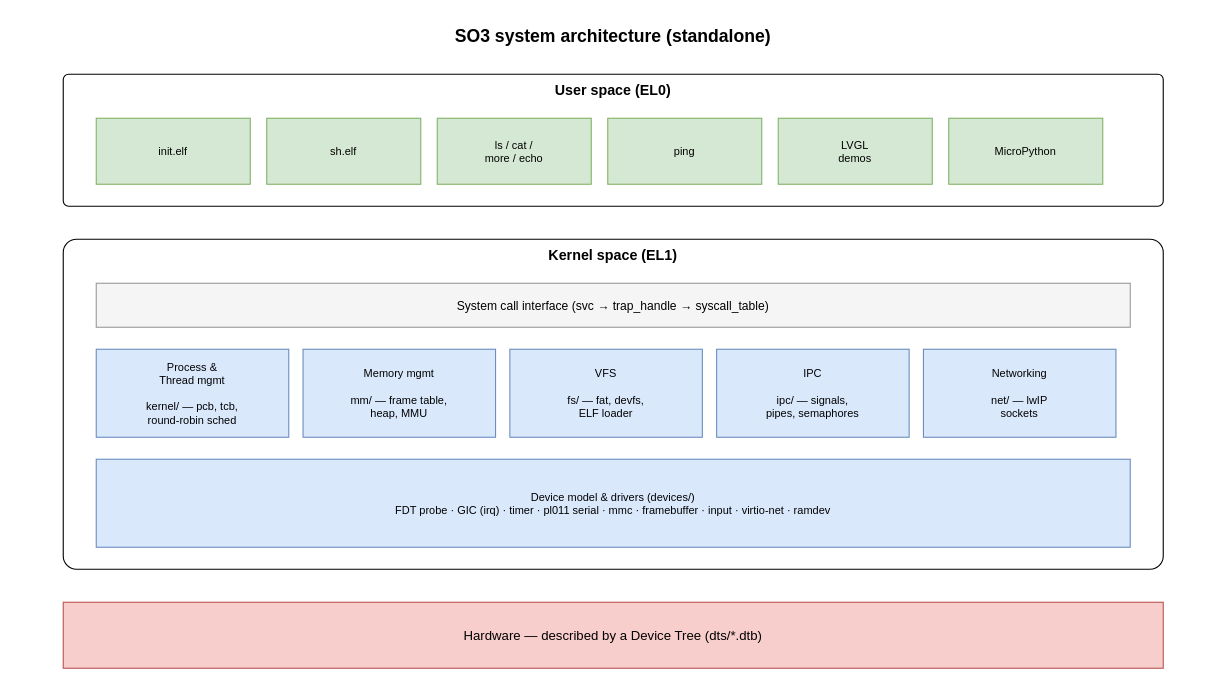
smartobjectoriented/so3 keeps this draw.io diagram as page "architecture" (2 of 9) of doc/source/img/so3.drawio. Above is the earlier version. Source tidied: cells renumbered, new cells numbered last; positions are measured from the earlier drawing's top-left corner, leaving out a move shared by most shapes. Both pictures are drawn from the tidied source at 110%, with x=0, y=0 at pixel (19, 19).
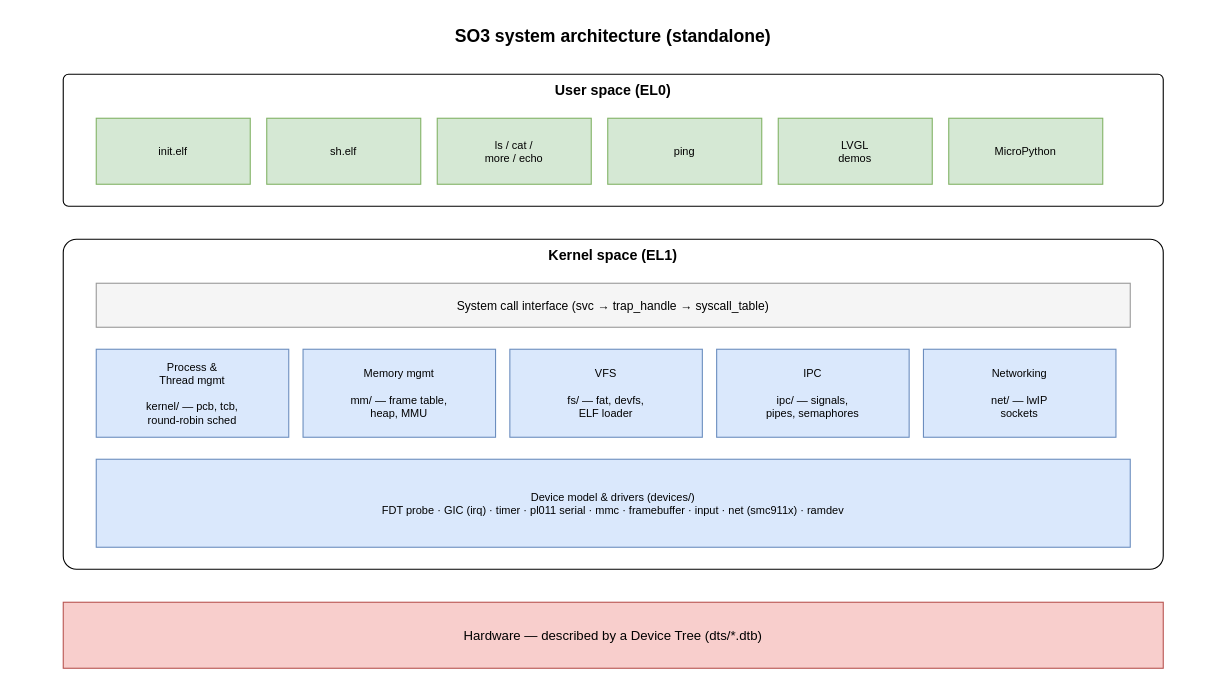
The same page after the edit.

What changed in the source:
```diff
@@
 <mxGraphModel>
   <root>
     <mxCell id="0" />
     <mxCell id="1" parent="0" />
     <mxCell id="2" value="SO3 system architecture (standalone)" style="text;html=1;whiteSpace=wrap;align=center;verticalAlign=middle;fontSize=16;fontStyle=1;" parent="1" vertex="1">
       <mxGeometry width="1080" height="30" as="geometry" />
     </mxCell>
     <mxCell id="3" value="User space  (EL0)" style="rounded=1;whiteSpace=wrap;html=1;arcSize=4;verticalAlign=top;fontStyle=1;fontSize=13;fontStyle=1;" parent="1" vertex="1">
       <mxGeometry x="40" y="50" width="1000" height="120" as="geometry" />
     </mxCell>
     <mxCell id="4" value="init.elf" style="fillColor=#d5e8d4;strokeColor=#82b366;fontSize=10;" parent="1" vertex="1">
       <mxGeometry x="70" y="90" width="140" height="60" as="geometry" />
     </mxCell>
     <mxCell id="5" value="sh.elf" style="fillColor=#d5e8d4;strokeColor=#82b366;fontSize=10;" parent="1" vertex="1">
       <mxGeometry x="225" y="90" width="140" height="60" as="geometry" />
     </mxCell>
     <mxCell id="6" value="ls / cat /&#10;more / echo" style="fillColor=#d5e8d4;strokeColor=#82b366;fontSize=10;" parent="1" vertex="1">
       <mxGeometry x="380" y="90" width="140" height="60" as="geometry" />
     </mxCell>
     <mxCell id="7" value="ping" style="fillColor=#d5e8d4;strokeColor=#82b366;fontSize=10;" parent="1" vertex="1">
       <mxGeometry x="535" y="90" width="140" height="60" as="geometry" />
     </mxCell>
     <mxCell id="8" value="LVGL&#10;demos" style="fillColor=#d5e8d4;strokeColor=#82b366;fontSize=10;" parent="1" vertex="1">
       <mxGeometry x="690" y="90" width="140" height="60" as="geometry" />
     </mxCell>
     <mxCell id="9" value="MicroPython" style="fillColor=#d5e8d4;strokeColor=#82b366;fontSize=10;" parent="1" vertex="1">
       <mxGeometry x="845" y="90" width="140" height="60" as="geometry" />
     </mxCell>
     <mxCell id="10" value="Kernel space  (EL1)" style="rounded=1;whiteSpace=wrap;html=1;arcSize=4;verticalAlign=top;fontStyle=1;fontSize=13;fontStyle=1;" parent="1" vertex="1">
       <mxGeometry x="40" y="200" width="1000" height="300" as="geometry" />
     </mxCell>
     <mxCell id="11" value="System call interface  (svc → trap_handle → syscall_table)" style="fillColor=#f5f5f5;strokeColor=#999999;fontSize=11;" parent="1" vertex="1">
       <mxGeometry x="70" y="240" width="940" height="40" as="geometry" />
     </mxCell>
     <mxCell id="12" value="Process &amp;&#10;Thread mgmt&#10;&#10;kernel/ — pcb, tcb,&#10;round-robin sched" style="fillColor=#dae8fc;strokeColor=#6c8ebf;fontSize=10;" parent="1" vertex="1">
       <mxGeometry x="70" y="300" width="175" height="80" as="geometry" />
     </mxCell>
     <mxCell id="13" value="Memory mgmt&#10;&#10;mm/ — frame table,&#10;heap, MMU" style="fillColor=#dae8fc;strokeColor=#6c8ebf;fontSize=10;" parent="1" vertex="1">
       <mxGeometry x="258" y="300" width="175" height="80" as="geometry" />
     </mxCell>
     <mxCell id="14" value="VFS&#10;&#10;fs/ — fat, devfs,&#10;ELF loader" style="fillColor=#dae8fc;strokeColor=#6c8ebf;fontSize=10;" parent="1" vertex="1">
       <mxGeometry x="446" y="300" width="175" height="80" as="geometry" />
     </mxCell>
     <mxCell id="15" value="IPC&#10;&#10;ipc/ — signals,&#10;pipes, semaphores" style="fillColor=#dae8fc;strokeColor=#6c8ebf;fontSize=10;" parent="1" vertex="1">
       <mxGeometry x="634" y="300" width="175" height="80" as="geometry" />
     </mxCell>
     <mxCell id="16" value="Networking&#10;&#10;net/ — lwIP&#10;sockets" style="fillColor=#dae8fc;strokeColor=#6c8ebf;fontSize=10;" parent="1" vertex="1">
       <mxGeometry x="822" y="300" width="175" height="80" as="geometry" />
     </mxCell>
-    <mxCell id="17" value="Device model &amp; drivers   (devices/)&#10;FDT probe · GIC (irq) · timer · pl011 serial · mmc · framebuffer · input · virtio-net · ramdev" style="fillColor=#dae8fc;strokeColor=#6c8ebf;fontSize=10;" parent="1" vertex="1">
+    <mxCell id="17" value="Device model &amp; drivers   (devices/)&#10;FDT probe · GIC (irq) · timer · pl011 serial · mmc · framebuffer · input · net (smc911x) · ramdev" style="fillColor=#dae8fc;strokeColor=#6c8ebf;fontSize=10;" parent="1" vertex="1">
       <mxGeometry x="70" y="400" width="940" height="80" as="geometry" />
     </mxCell>
     <mxCell id="18" value="Hardware  —  described by a Device Tree (dts/*.dtb)" style="fillColor=#f8cecc;strokeColor=#b85450;fontSize=12;" parent="1" vertex="1">
       <mxGeometry x="40" y="530" width="1000" height="60" as="geometry" />
     </mxCell>
   </root>
 </mxGraphModel>
```
